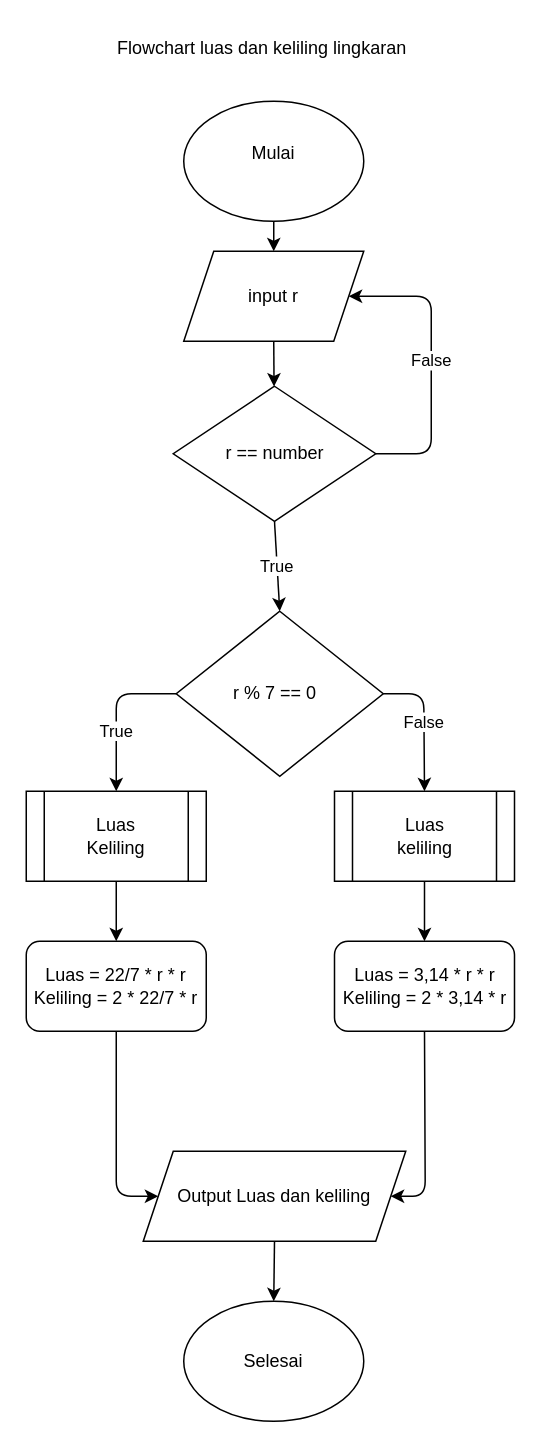
Earlier version of the draw.io diagram page "Flowchart luas dan keliling lingkaran" (2 of 2) of tugas5.drawio (wisnu318/fwg17-computer-science). Source tidied: cells renumbered, new cells numbered last; positions are measured from the earlier drawing's top-left corner, leaving out a move shared by most shapes. Both pictures are drawn from the tidied source at 150%, with x=0, y=0 at pixel (26, 26).
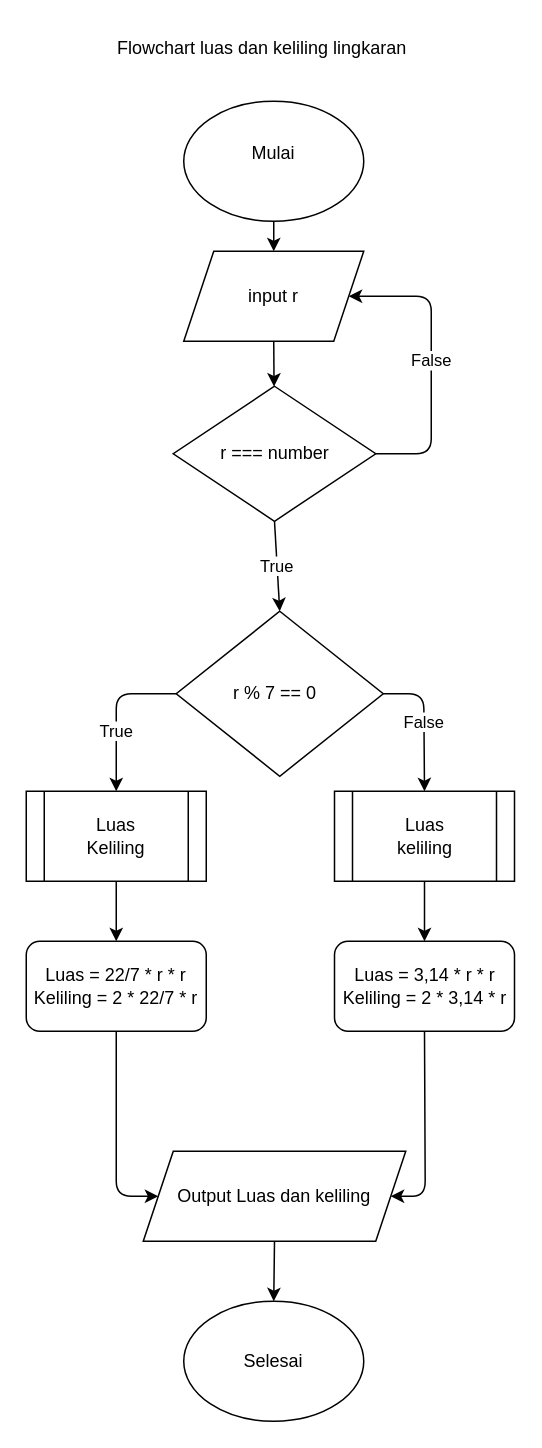
After the change.

Change to the diagram source:
```diff
@@
-    <mxCell id="18" value="r == number" style="text;html=1;strokeColor=none;fillColor=none;align=center;verticalAlign=middle;whiteSpace=wrap;rounded=0;" parent="1" vertex="1">
+    <mxCell id="18" value="r === number" style="text;html=1;strokeColor=none;fillColor=none;align=center;verticalAlign=middle;whiteSpace=wrap;rounded=0;" parent="1" vertex="1">
       <mxGeometry x="125.5" y="270" width="80" height="30" as="geometry" />
     </mxCell>
```
